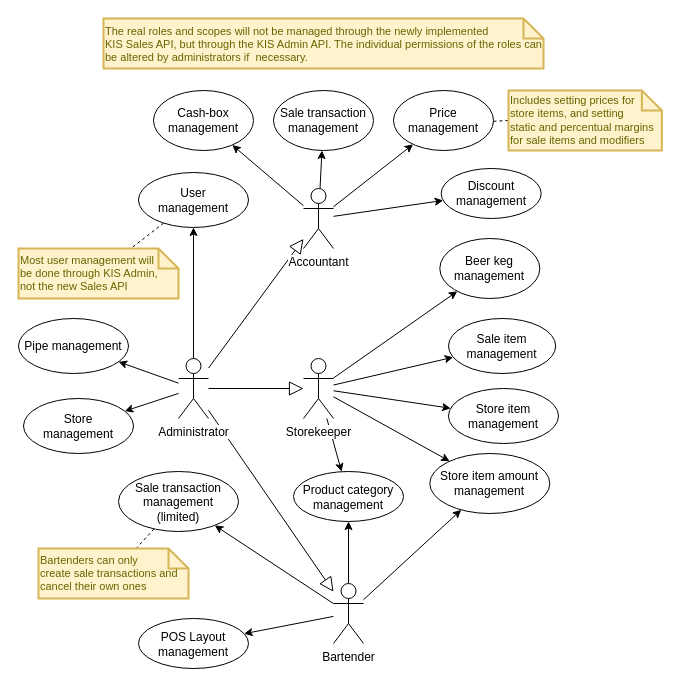
Before: doc/thesis/figures/usecase_diagram.drawio in MrakDun-desu/kis-v4, a draw.io diagram. Source tidied: cells renumbered, new cells numbered last; positions are measured from the earlier drawing's top-left corner, leaving out a move shared by most shapes. Both pictures are drawn from the tidied source at 100%, with x=0, y=0 at pixel (18, 18).
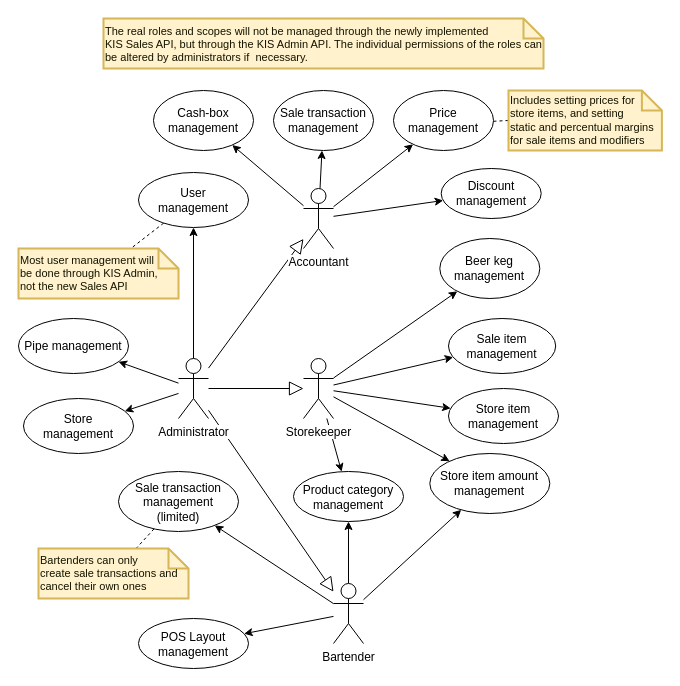
The same page after the edit.

The edit, as a diff of the source:
```diff
@@
-    <mxCell id="41" value="Bartenders can only&lt;div&gt;create sale transactions and cancel their own ones&lt;/div&gt;" style="shape=note;strokeWidth=2;fontSize=11;size=20;whiteSpace=wrap;html=1;fillColor=#fff2cc;strokeColor=#d6b656;fontColor=#666600;align=left;verticalAlign=middle;" parent="1" vertex="1">
+    <mxCell id="41" value="Bartenders can only&lt;div&gt;create sale transactions and cancel their own ones&lt;/div&gt;" style="shape=note;strokeWidth=2;fontSize=11;size=20;whiteSpace=wrap;html=1;fillColor=#fff2cc;strokeColor=#d6b656;fontColor=#141400;align=left;verticalAlign=middle;" parent="1" vertex="1">
       <mxGeometry x="20" y="530" width="150" height="50" as="geometry" />
     </mxCell>
-    <mxCell id="42" value="Most user management will&lt;div&gt;be done through KIS Admin,&lt;/div&gt;&lt;div&gt;not the new Sales API&lt;/div&gt;" style="shape=note;strokeWidth=2;fontSize=11;size=20;whiteSpace=wrap;html=1;fillColor=#fff2cc;strokeColor=#d6b656;fontColor=#666600;align=left;verticalAlign=middle;" parent="1" vertex="1">
+    <mxCell id="42" value="Most user management will&lt;div&gt;be done through KIS Admin,&lt;/div&gt;&lt;div&gt;not the new Sales API&lt;/div&gt;" style="shape=note;strokeWidth=2;fontSize=11;size=20;whiteSpace=wrap;html=1;fillColor=#fff2cc;strokeColor=#d6b656;fontColor=#141400;align=left;verticalAlign=middle;" parent="1" vertex="1">
       <mxGeometry y="230" width="160" height="50" as="geometry" />
     </mxCell>
-    <mxCell id="43" value="Includes setting prices for&lt;div&gt;store items, and setting&lt;/div&gt;&lt;div&gt;static&amp;nbsp;&lt;span style=&quot;background-color: transparent; color: light-dark(rgb(102, 102, 0), rgb(162, 162, 74));&quot;&gt;and percentual margins for sale items and modifiers&lt;/span&gt;&lt;/div&gt;" style="shape=note;strokeWidth=2;fontSize=11;size=20;whiteSpace=wrap;html=1;fillColor=#fff2cc;strokeColor=#d6b656;fontColor=#666600;align=left;verticalAlign=middle;" parent="1" vertex="1">
+    <mxCell id="43" value="Includes setting prices for&lt;div&gt;store items, and setting&lt;/div&gt;&lt;div&gt;static&amp;nbsp;&lt;span style=&quot;background-color: transparent;&quot;&gt;and percentual margins for sale items and modifiers&lt;/span&gt;&lt;/div&gt;" style="shape=note;strokeWidth=2;fontSize=11;size=20;whiteSpace=wrap;html=1;fillColor=#fff2cc;strokeColor=#d6b656;fontColor=#141400;align=left;verticalAlign=middle;" parent="1" vertex="1">
       <mxGeometry x="490" y="72" width="153.4" height="60" as="geometry" />
     </mxCell>
@@
-    <mxCell id="45" value="The real roles and scopes will not be managed through the newly implemented&lt;div&gt;KIS Sales API,&amp;nbsp;&lt;span style=&quot;background-color: transparent; color: light-dark(rgb(102, 102, 0), rgb(162, 162, 74));&quot;&gt;but through the KIS Admin API. The individual permissions of the roles can be altered by administrators if&amp;nbsp; necessary.&lt;/span&gt;&lt;/div&gt;" style="shape=note;strokeWidth=2;fontSize=11;size=20;whiteSpace=wrap;html=1;fillColor=#fff2cc;strokeColor=#d6b656;fontColor=#666600;align=left;verticalAlign=top;" parent="1" vertex="1">
+    <mxCell id="45" value="The real roles and scopes will not be managed through the newly implemented&lt;div&gt;KIS Sales API,&amp;nbsp;&lt;span style=&quot;background-color: transparent;&quot;&gt;but through the KIS Admin API. The individual permissions of the roles can be altered by administrators if&amp;nbsp; necessary.&lt;/span&gt;&lt;/div&gt;" style="shape=note;strokeWidth=2;fontSize=11;size=20;whiteSpace=wrap;html=1;fillColor=#fff2cc;strokeColor=#d6b656;fontColor=#141400;align=left;verticalAlign=top;" parent="1" vertex="1">
       <mxGeometry x="85" width="440" height="50" as="geometry" />
     </mxCell>
```
